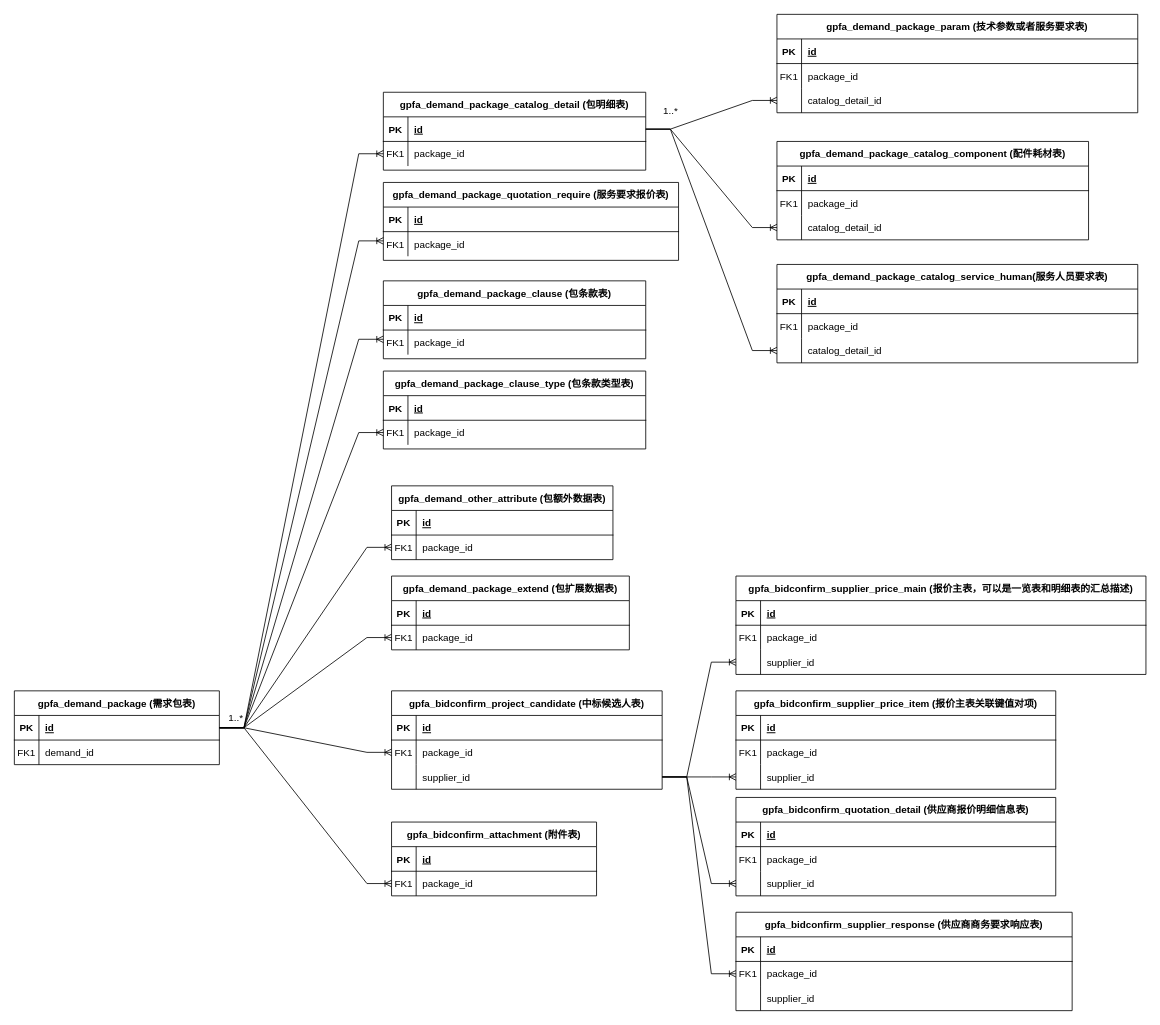
Above: demand_data_hierarchy_copy.drawio in dernight1/draw.io (draw.io), before the change. Source tidied: cells renumbered, new cells numbered last; positions are measured from the earlier drawing's top-left corner, leaving out a move shared by most shapes. Both pictures are drawn from the tidied source at 82%, with x=0, y=0 at pixel (14, 14).
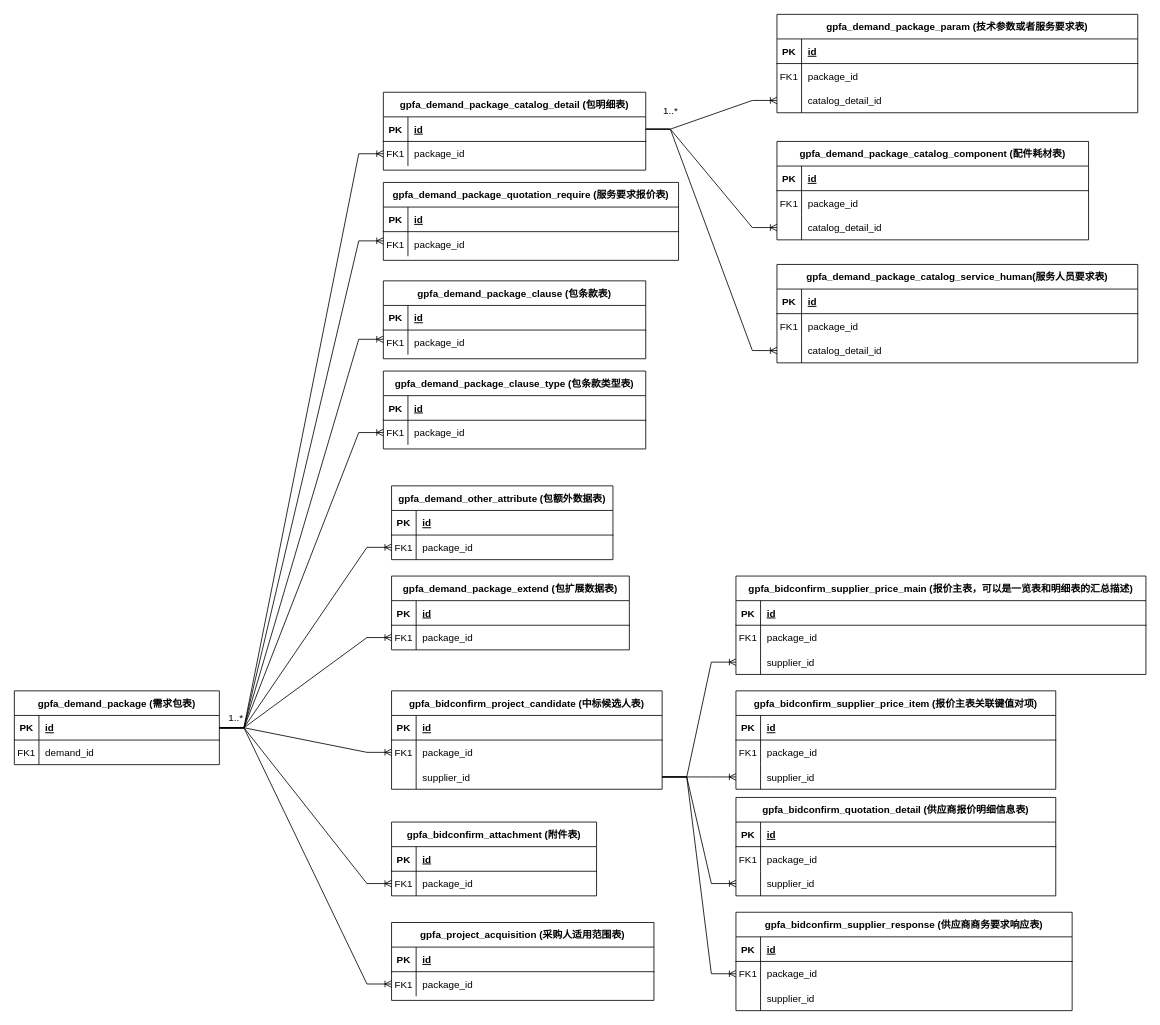
The same page after the edit.

Unchanged cells that the change refers to:
```xml
<mxCell id="3" style="shape=partialRectangle;fillColor=none;points=[[0,0.5],[1,0.5]];portConstraint=eastwest;top=0;left=0;right=0;bottom=1;" parent="2" vertex="1">
  <mxGeometry y="30" width="250" height="30" as="geometry" />
</mxCell>
```

Change to the diagram source:
```diff
@@
+    <mxCell id="155" value="gpfa_project_acquisition (采购人适用范围表)" style="shape=table;startSize=30;childLayout=tableLayout;rowLines=0;fontStyle=1;align=center;" parent="1" vertex="1">
+      <mxGeometry x="460" y="1107.5" width="320" height="95" as="geometry" />
+    </mxCell>
+    <mxCell id="156" style="shape=partialRectangle;fillColor=none;top=0;left=0;right=0;bottom=1;" parent="155" vertex="1">
+      <mxGeometry y="30" width="320" height="30" as="geometry" />
+    </mxCell>
+    <mxCell id="157" value="PK" style="shape=partialRectangle;overflow=hidden;fillColor=none;top=0;left=0;bottom=0;right=0;fontStyle=1;" parent="156" vertex="1">
+      <mxGeometry width="30" height="30" as="geometry" />
+    </mxCell>
+    <mxCell id="158" value="id " style="shape=partialRectangle;overflow=hidden;fillColor=none;top=0;left=0;bottom=0;right=0;align=left;spacingLeft=6;fontStyle=5;" parent="156" vertex="1">
+      <mxGeometry x="30" width="290" height="30" as="geometry" />
+    </mxCell>
+    <mxCell id="159" style="shape=partialRectangle;fillColor=none;points=[[0,0.5],[1,0.5]];portConstraint=eastwest;top=0;left=0;right=0;bottom=0;" parent="155" vertex="1">
+      <mxGeometry y="60" width="320" height="30" as="geometry" />
+    </mxCell>
+    <mxCell id="160" value="FK1" style="shape=partialRectangle;overflow=hidden;fillColor=none;top=0;left=0;bottom=0;right=0;" parent="159" vertex="1">
+      <mxGeometry width="30" height="30" as="geometry" />
+    </mxCell>
+    <mxCell id="161" value="package_id" style="shape=partialRectangle;overflow=hidden;fillColor=none;top=0;left=0;bottom=0;right=0;align=left;spacingLeft=6;" parent="159" vertex="1">
+      <mxGeometry x="30" width="290" height="30" as="geometry" />
+    </mxCell>
+    <mxCell id="162" style="edgeStyle=entityRelationEdgeStyle;fontSize=12;html=1;endArrow=ERoneToMany;rounded=0;entryX=0;entryY=0.5;entryDx=0;entryDy=0;exitX=1;exitY=0.5;exitDx=0;exitDy=0;" parent="1" edge="1" source="3" target="159">
+      <mxGeometry relative="1" as="geometry" />
+    </mxCell>
```
